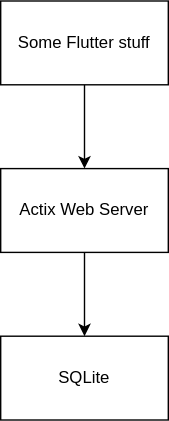
This is arch.drawio.svg from tninesling/tracker, a draw.io export, as it was before one commit. Source tidied: cells renumbered, new cells last; positions are measured from the earlier drawing's top-left corner, leaving out a move shared by most shapes. The source it was exported from:
```xml
<mxGraphModel>
  <root>
    <mxCell id="0" />
    <mxCell id="1" parent="0" />
    <mxCell id="2" style="edgeStyle=none;html=1;entryX=0.5;entryY=0;entryDx=0;entryDy=0;" parent="1" edge="1" source="3" target="5">
      <mxGeometry relative="1" as="geometry" />
    </mxCell>
    <mxCell id="3" value="Some Flutter stuff" style="rounded=0;whiteSpace=wrap;html=1;" parent="1" vertex="1">
      <mxGeometry width="120" height="60" as="geometry" />
    </mxCell>
    <mxCell id="4" style="edgeStyle=none;html=1;" parent="1" edge="1" source="5" target="6">
      <mxGeometry relative="1" as="geometry" />
    </mxCell>
    <mxCell id="5" value="Actix Web Server" style="rounded=0;whiteSpace=wrap;html=1;" parent="1" vertex="1">
      <mxGeometry y="120" width="120" height="60" as="geometry" />
    </mxCell>
    <mxCell id="6" value="SQLite" style="rounded=0;whiteSpace=wrap;html=1;" parent="1" vertex="1">
      <mxGeometry y="240" width="120" height="60" as="geometry" />
    </mxCell>
  </root>
</mxGraphModel>
```
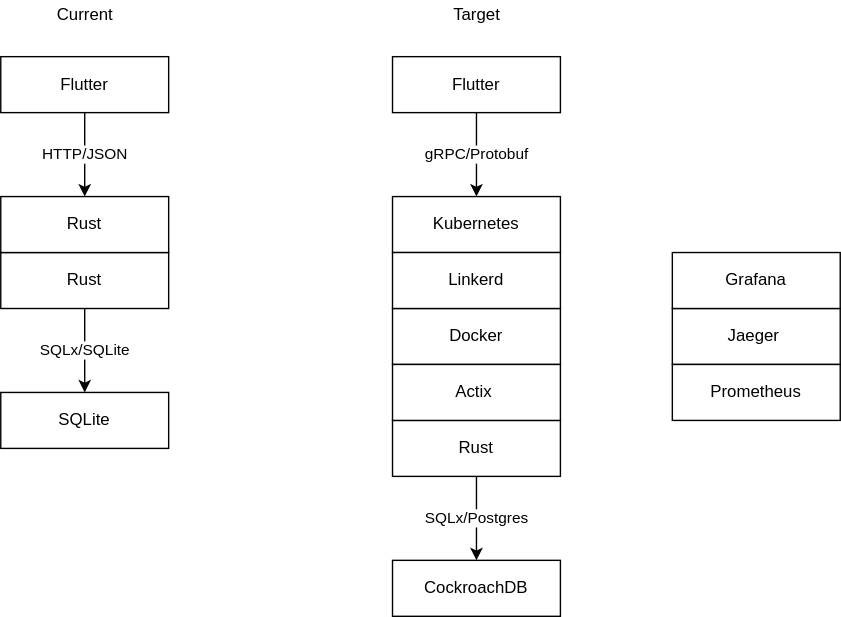
After the change.

Commit message:
Updated arch and feature checklist

The edit, as a diff of the source:
```diff
@@ -2,20 +2,65 @@
   <root>
     <mxCell id="0" />
     <mxCell id="1" parent="0" />
-    <mxCell id="2" style="edgeStyle=none;html=1;entryX=0.5;entryY=0;entryDx=0;entryDy=0;" parent="1" edge="1" source="3" target="5">
+    <mxCell id="2" value="HTTP/JSON" style="edgeStyle=none;html=1;entryX=0.5;entryY=0;entryDx=0;entryDy=0;" parent="1" edge="1" source="3" target="15">
       <mxGeometry relative="1" as="geometry" />
     </mxCell>
-    <mxCell id="3" value="Some Flutter stuff" style="rounded=0;whiteSpace=wrap;html=1;" parent="1" vertex="1">
-      <mxGeometry width="120" height="60" as="geometry" />
+    <mxCell id="3" value="Flutter" style="rounded=0;whiteSpace=wrap;html=1;" parent="1" vertex="1">
+      <mxGeometry width="120" height="40" as="geometry" />
     </mxCell>
-    <mxCell id="4" style="edgeStyle=none;html=1;" parent="1" edge="1" source="5" target="6">
+    <mxCell id="4" value="SQLx/SQLite" style="edgeStyle=none;html=1;" parent="1" edge="1" source="5" target="6">
       <mxGeometry relative="1" as="geometry" />
     </mxCell>
-    <mxCell id="5" value="Actix Web Server" style="rounded=0;whiteSpace=wrap;html=1;" parent="1" vertex="1">
-      <mxGeometry y="120" width="120" height="60" as="geometry" />
+    <mxCell id="5" value="Rust" style="rounded=0;whiteSpace=wrap;html=1;" parent="1" vertex="1">
+      <mxGeometry y="140" width="120" height="40" as="geometry" />
     </mxCell>
     <mxCell id="6" value="SQLite" style="rounded=0;whiteSpace=wrap;html=1;" parent="1" vertex="1">
-      <mxGeometry y="240" width="120" height="60" as="geometry" />
+      <mxGeometry y="240" width="120" height="40" as="geometry" />
     </mxCell>
+    <mxCell id="7" value="Current" style="text;html=1;align=center;verticalAlign=middle;fillColor=none;strokeColor=none;rounded=0;" parent="1" vertex="1">
+      <mxGeometry x="30" y="-40" width="60" height="20" as="geometry" />
+    </mxCell>
+    <mxCell id="8" value="Target" style="text;html=1;align=center;verticalAlign=middle;fillColor=none;strokeColor=none;rounded=0;" parent="1" vertex="1">
+      <mxGeometry x="315" y="-40" width="50" height="20" as="geometry" />
+    </mxCell>
+    <mxCell id="9" value="gRPC/Protobuf" style="edgeStyle=none;html=1;entryX=0.5;entryY=0;entryDx=0;entryDy=0;" parent="1" edge="1" source="10" target="16">
+      <mxGeometry relative="1" as="geometry" />
+    </mxCell>
+    <mxCell id="10" value="Flutter" style="rounded=0;whiteSpace=wrap;html=1;" parent="1" vertex="1">
+      <mxGeometry x="280" width="120" height="40" as="geometry" />
+    </mxCell>
+    <mxCell id="11" value="SQLx/Postgres" style="edgeStyle=none;html=1;entryX=0.5;entryY=0;entryDx=0;entryDy=0;" parent="1" edge="1" source="12" target="18">
+      <mxGeometry relative="1" as="geometry" />
+    </mxCell>
+    <mxCell id="12" value="Rust" style="rounded=0;whiteSpace=wrap;html=1;" parent="1" vertex="1">
+      <mxGeometry x="280" y="260" width="120" height="40" as="geometry" />
+    </mxCell>
+    <mxCell id="13" value="Docker" style="rounded=0;whiteSpace=wrap;html=1;" parent="1" vertex="1">
+      <mxGeometry x="280" y="180" width="120" height="40" as="geometry" />
+    </mxCell>
+    <mxCell id="14" value="Actix&lt;span style=&quot;color: rgba(0 , 0 , 0 , 0) ; font-family: monospace ; font-size: 0px&quot;&gt;%3CmxGraphModel%3E%3Croot%3E%3CmxCell%20id%3D%220%22%2F%3E%3CmxCell%20id%3D%221%22%20parent%3D%220%22%2F%3E%3CmxCell%20id%3D%222%22%20value%3D%22Rust%22%20style%3D%22rounded%3D0%3BwhiteSpace%3Dwrap%3Bhtml%3D1%3B%22%20vertex%3D%221%22%20parent%3D%221%22%3E%3CmxGeometry%20x%3D%22360%22%20y%3D%22240%22%20width%3D%22120%22%20height%3D%2240%22%20as%3D%22geometry%22%2F%3E%3C%2FmxCell%3E%3C%2Froot%3E%3C%2FmxGraphModel%3E&lt;/span&gt;" style="rounded=0;whiteSpace=wrap;html=1;" parent="1" vertex="1">
+      <mxGeometry x="280" y="220" width="120" height="40" as="geometry" />
+    </mxCell>
+    <mxCell id="15" value="Rust" style="rounded=0;whiteSpace=wrap;html=1;" parent="1" vertex="1">
+      <mxGeometry y="100" width="120" height="40" as="geometry" />
+    </mxCell>
+    <mxCell id="16" value="Kubernetes" style="rounded=0;whiteSpace=wrap;html=1;" parent="1" vertex="1">
+      <mxGeometry x="280" y="100" width="120" height="40" as="geometry" />
+    </mxCell>
+    <mxCell id="17" value="Linkerd" style="rounded=0;whiteSpace=wrap;html=1;" parent="1" vertex="1">
+      <mxGeometry x="280" y="140" width="120" height="40" as="geometry" />
+    </mxCell>
+    <mxCell id="18" value="CockroachDB" style="rounded=0;whiteSpace=wrap;html=1;" parent="1" vertex="1">
+      <mxGeometry x="280" y="360" width="120" height="40" as="geometry" />
+    </mxCell>
+    <mxCell id="19" value="Jaeger&lt;span style=&quot;color: rgba(0 , 0 , 0 , 0) ; font-family: monospace ; font-size: 0px&quot;&gt;%3CmxGraphModel%3E%3Croot%3E%3CmxCell%20id%3D%220%22%2F%3E%3CmxCell%20id%3D%221%22%20parent%3D%220%22%2F%3E%3CmxCell%20id%3D%222%22%20value%3D%22Docker%22%20style%3D%22rounded%3D0%3BwhiteSpace%3Dwrap%3Bhtml%3D1%3B%22%20vertex%3D%221%22%20parent%3D%221%22%3E%3CmxGeometry%20x%3D%22360%22%20y%3D%22260%22%20width%3D%22120%22%20height%3D%2240%22%20as%3D%22geometry%22%2F%3E%3C%2FmxCell%3E%3C%2Froot%3E%3C%2FmxGraphModel%3E&lt;/span&gt;" style="rounded=0;whiteSpace=wrap;html=1;" parent="1" vertex="1">
+      <mxGeometry x="480" y="180" width="120" height="40" as="geometry" />
+    </mxCell>
+    <mxCell id="20" value="Prometheus" style="rounded=0;whiteSpace=wrap;html=1;" parent="1" vertex="1">
+      <mxGeometry x="480" y="220" width="120" height="40" as="geometry" />
+    </mxCell>
+    <mxCell id="21" value="Grafana" style="rounded=0;whiteSpace=wrap;html=1;" parent="1" vertex="1">
+      <mxGeometry x="480" y="140" width="120" height="40" as="geometry" />
+    </mxCell>
   </root>
 </mxGraphModel>
```
